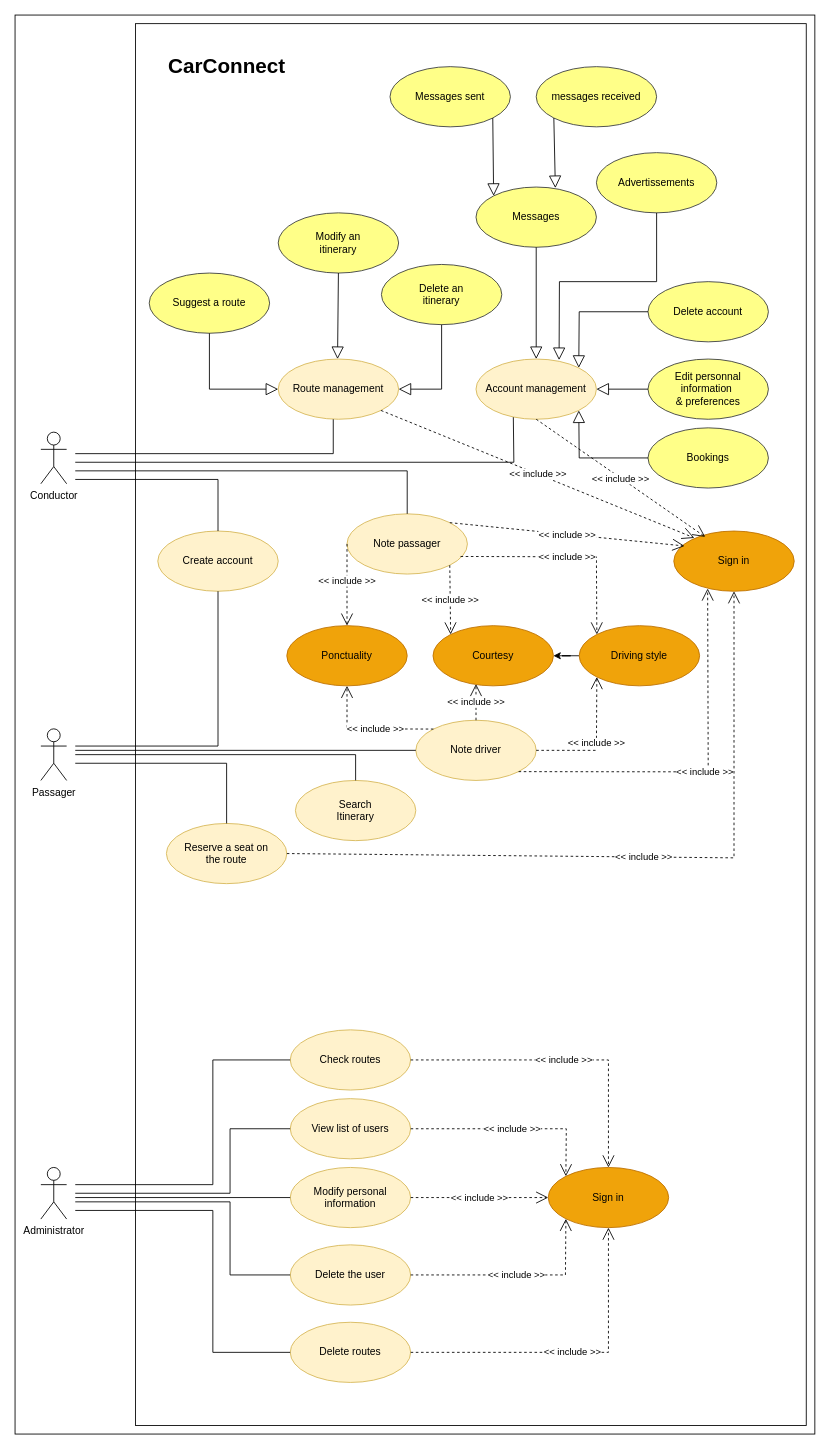
Mathieu-Maillot/projetFileRouge keeps this draw.io diagram as uml/DiagrammeUtilisation.drawio. Above is the earlier version. Source tidied: cells renumbered, new cells numbered last; positions are measured from the earlier drawing's top-left corner, leaving out a move shared by most shapes. Both pictures are drawn from the tidied source at 86%, with x=0, y=0 at pixel (15, 15).
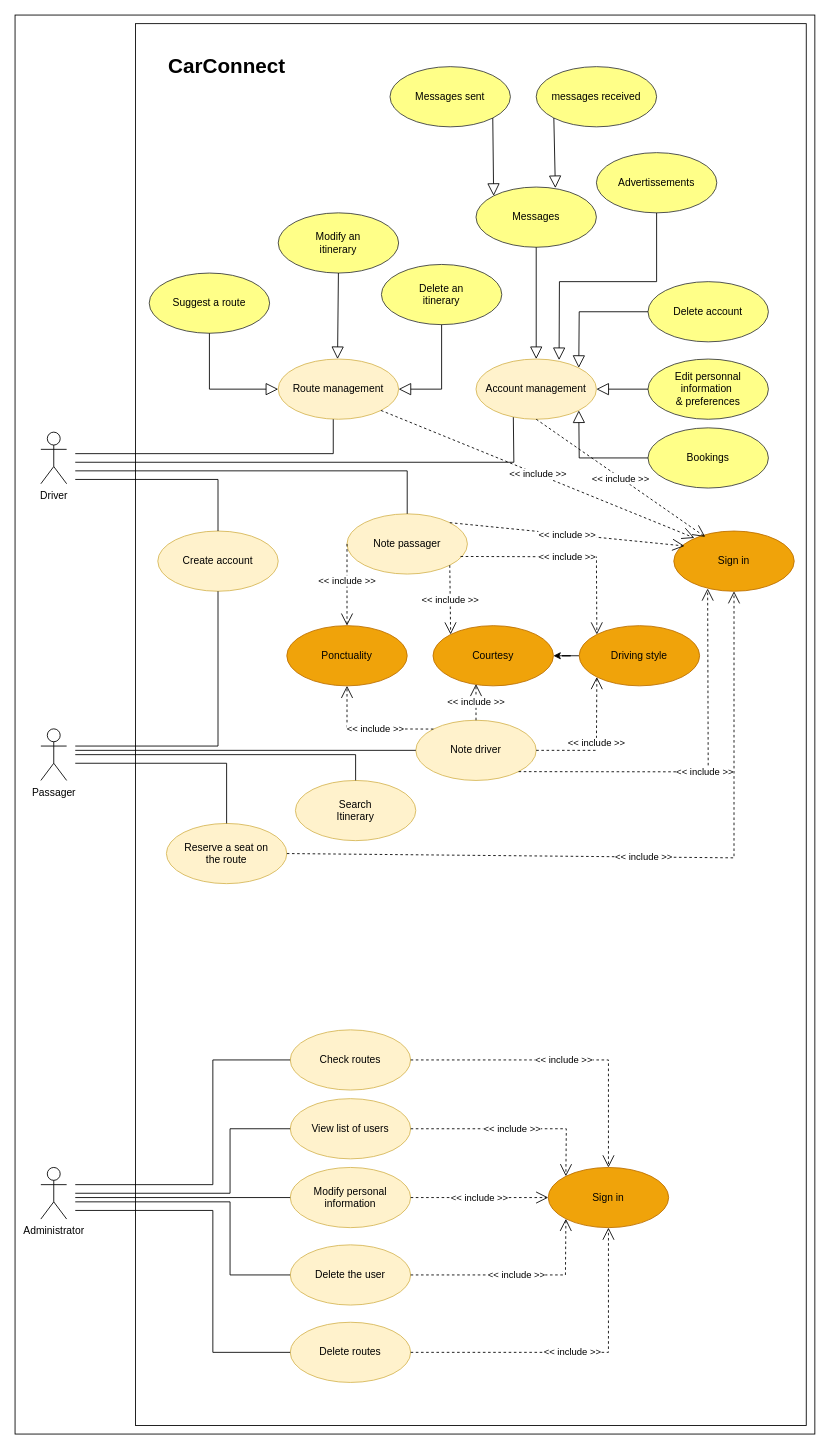
Above is the later version.

Commit message:
Légère modification du DiagrammeUtilisation.drawio

Change to the diagram source:
```diff
@@
-    <mxCell id="30" value="Conductor" style="shape=umlActor;verticalLabelPosition=bottom;verticalAlign=top;html=1;" parent="1" vertex="1">
+    <mxCell id="30" value="Driver" style="shape=umlActor;verticalLabelPosition=bottom;verticalAlign=top;html=1;" parent="1" vertex="1">
       <mxGeometry x="30" y="485" width="30" height="60" as="geometry" />
     </mxCell>
```
